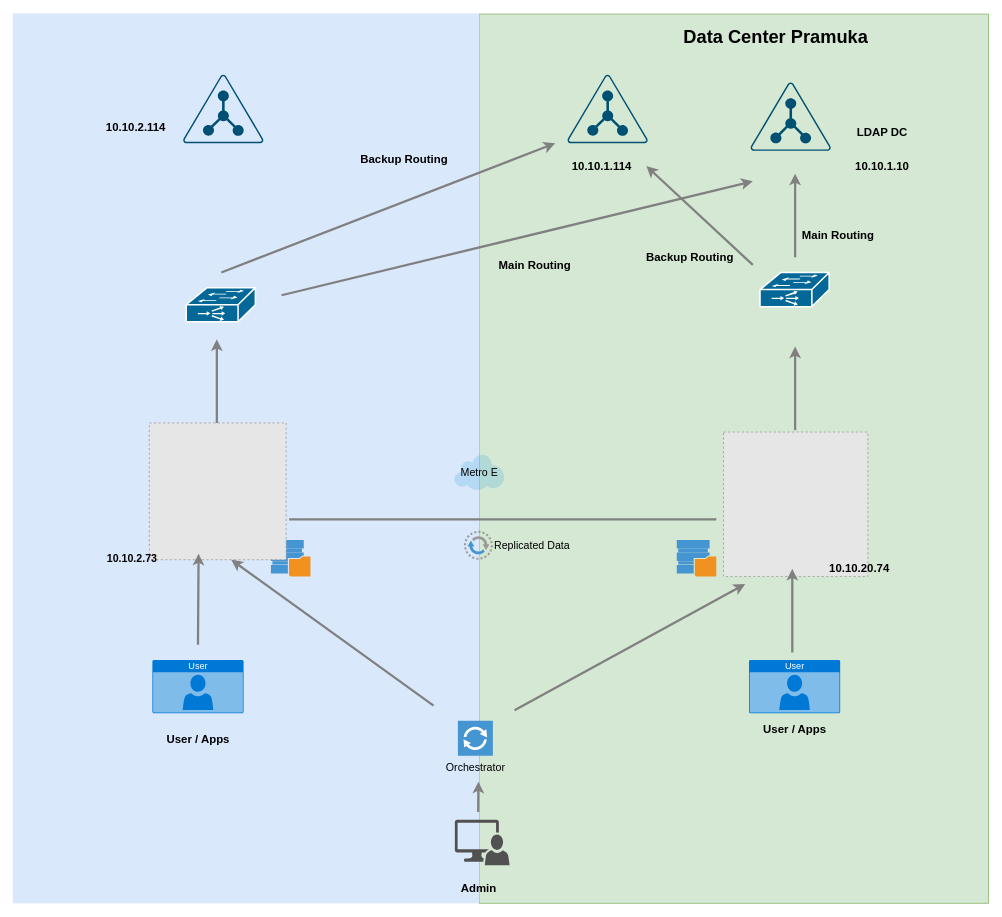
Before: page "Page-1" (1 of 3) of Ldap.drawio in wachid-sst/HomeWork, a draw.io diagram. Source tidied: cells renumbered, new cells numbered last; positions are measured from the earlier drawing's top-left corner, leaving out a move shared by most shapes. Both pictures are drawn from the tidied source at 76%, with x=0, y=0 at pixel (12, 13). Pictures stored in the file or linked from it are replaced by grey dashed boxes.
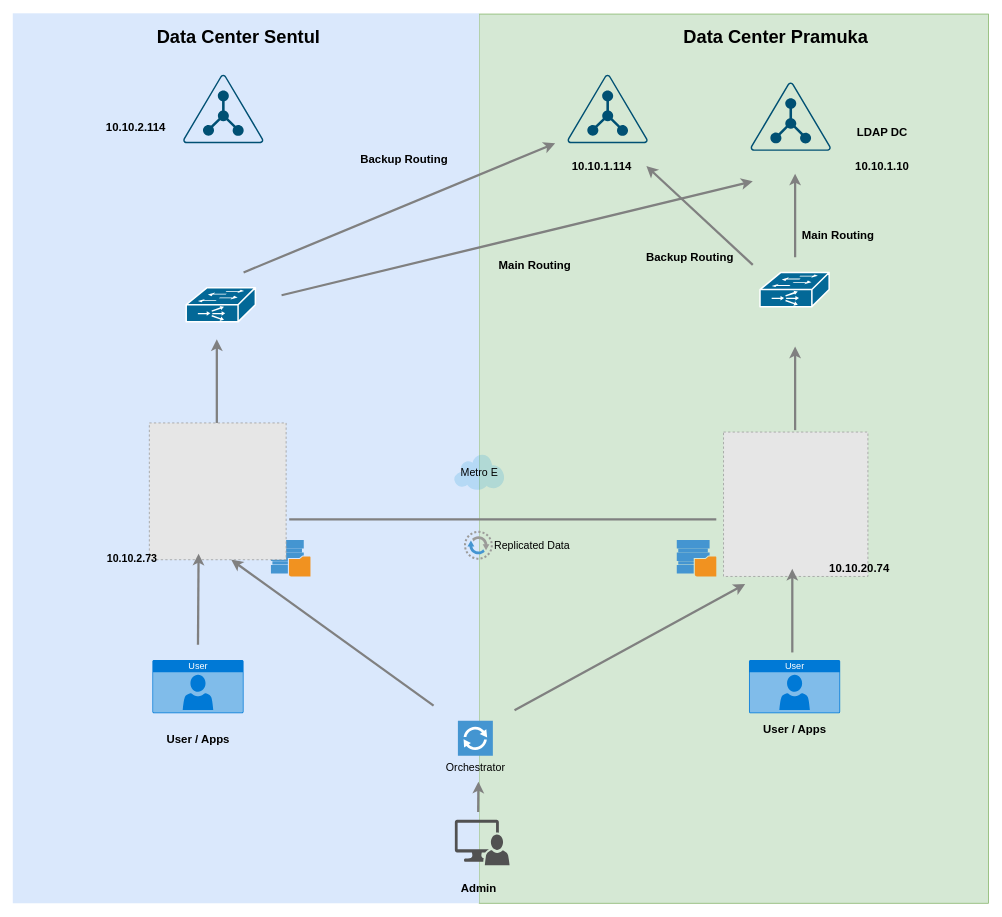
The same page after the edit.

Change to the diagram source:
```diff
@@
-    <mxCell id="33" style="rounded=0;html=1;jettySize=auto;orthogonalLoop=1;fontSize=14;endArrow=none;endFill=0;strokeColor=#808080;entryX=0.5;entryY=0;entryDx=0;entryDy=0;entryPerimeter=0;strokeWidth=3;startArrow=classic;startFill=1;" parent="1" edge="1">
+    <mxCell id="33" style="rounded=0;html=1;jettySize=auto;orthogonalLoop=1;fontSize=14;endArrow=none;endFill=0;strokeColor=#808080;strokeWidth=3;startArrow=classic;startFill=1;" parent="1" edge="1">
       <mxGeometry relative="1" as="geometry">
         <mxPoint x="714" y="171" as="sourcePoint" />
-        <mxPoint x="274.7" y="341" as="targetPoint" />
+        <mxPoint x="304" y="341" as="targetPoint" />
       </mxGeometry>
     </mxCell>
@@
+    <mxCell id="45" value="Data Center Sentul" style="text;strokeColor=none;fillColor=none;html=1;fontSize=24;fontStyle=1;verticalAlign=middle;align=center;" parent="1" vertex="1">
+      <mxGeometry x="202" y="11" width="190" height="40" as="geometry" />
+    </mxCell>
```
